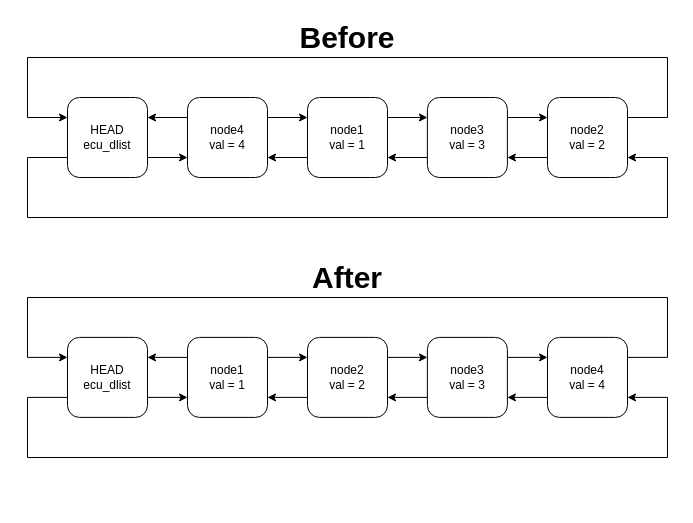
This is page "ecu_dlist_sort" (13 of 15) of doc/images/dlist/dlist.drawio from ress059/ecu, a draw.io file, before an edit. Source tidied: cells renumbered, new cells numbered last; positions are measured from the earlier drawing's top-left corner, leaving out a move shared by most shapes. Both pictures are drawn from the tidied source at 100%, with x=0, y=0 at pixel (27, 17).
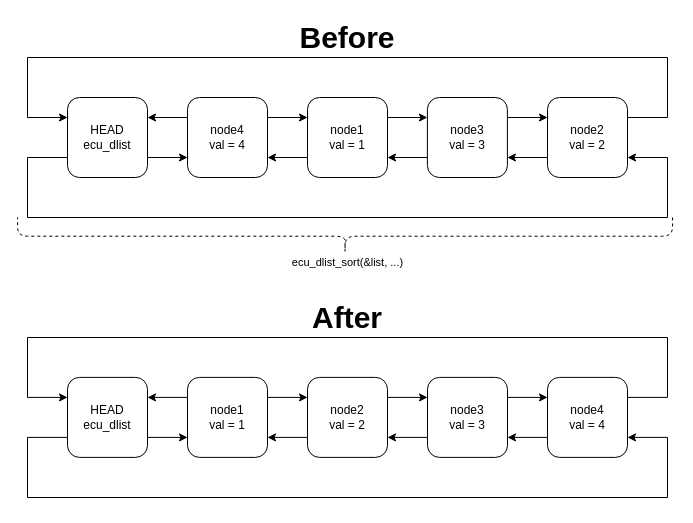
After the change.

Change to the diagram source:
```diff
@@
     <mxCell id="10" value="&lt;b&gt;&lt;font style=&quot;font-size: 30px;&quot;&gt;After&lt;/font&gt;&lt;/b&gt;" style="text;html=1;strokeColor=none;fillColor=none;align=center;verticalAlign=middle;whiteSpace=wrap;rounded=0;" parent="1" vertex="1">
-      <mxGeometry x="260" y="240" width="120" height="40" as="geometry" />
+      <mxGeometry x="260" y="280" width="120" height="40" as="geometry" />
     </mxCell>
@@
     <mxCell id="19" style="edgeStyle=orthogonalEdgeStyle;rounded=0;jettySize=auto;html=1;entryX=0;entryY=0.25;entryDx=0;entryDy=0;exitX=1;exitY=0.25;exitDx=0;exitDy=0;" parent="1" edge="1" source="33" target="25">
       <mxGeometry relative="1" as="geometry">
         <Array as="points">
-          <mxPoint x="640" y="340" />
-          <mxPoint x="640" y="280" />
-          <mxPoint y="280" />
-          <mxPoint y="340" />
+          <mxPoint x="640" y="380" />
+          <mxPoint x="640" y="320" />
+          <mxPoint y="320" />
+          <mxPoint y="380" />
         </Array>
       </mxGeometry>
     </mxCell>
@@
     <mxCell id="22" value="node1&lt;br&gt;val = 1" style="rounded=1;whiteSpace=wrap;html=1;" parent="1" vertex="1">
-      <mxGeometry x="160" y="319.9" width="80" height="80" as="geometry" />
+      <mxGeometry x="160" y="359.9" width="80" height="80" as="geometry" />
     </mxCell>
@@
     <mxCell id="24" style="edgeStyle=orthogonalEdgeStyle;rounded=0;jettySize=auto;html=1;exitX=0;exitY=0.75;exitDx=0;exitDy=0;entryX=1;entryY=0.75;entryDx=0;entryDy=0;" parent="1" edge="1" source="25" target="33">
       <mxGeometry relative="1" as="geometry">
         <Array as="points">
-          <mxPoint y="380" />
-          <mxPoint y="440" />
-          <mxPoint x="640" y="440" />
-          <mxPoint x="640" y="380" />
+          <mxPoint y="420" />
+          <mxPoint y="480" />
+          <mxPoint x="640" y="480" />
+          <mxPoint x="640" y="420" />
         </Array>
       </mxGeometry>
     </mxCell>
     <mxCell id="25" value="HEAD&lt;br&gt;ecu_dlist" style="rounded=1;whiteSpace=wrap;html=1;" parent="1" vertex="1">
-      <mxGeometry x="40" y="319.9" width="80" height="80" as="geometry" />
+      <mxGeometry x="40" y="359.9" width="80" height="80" as="geometry" />
     </mxCell>
@@
     <mxCell id="28" value="node2&lt;br&gt;val = 2" style="rounded=1;whiteSpace=wrap;html=1;" parent="1" vertex="1">
-      <mxGeometry x="280" y="319.9" width="80" height="80" as="geometry" />
+      <mxGeometry x="280" y="359.9" width="80" height="80" as="geometry" />
     </mxCell>
@@
     <mxCell id="31" value="node3&lt;br&gt;val = 3" style="rounded=1;whiteSpace=wrap;html=1;" parent="1" vertex="1">
-      <mxGeometry x="399.9" y="319.9" width="80" height="80" as="geometry" />
+      <mxGeometry x="400" y="359.9" width="80" height="80" as="geometry" />
     </mxCell>
@@
     <mxCell id="33" value="node4&lt;br&gt;val = 4" style="rounded=1;whiteSpace=wrap;html=1;" parent="1" vertex="1">
-      <mxGeometry x="520" y="319.9" width="80" height="80" as="geometry" />
+      <mxGeometry x="520" y="359.9" width="80" height="80" as="geometry" />
     </mxCell>
+    <mxCell id="34" style="shape=curlyBracket;whiteSpace=wrap;html=1;rounded=1;flipH=1;labelPosition=right;verticalLabelPosition=middle;align=left;verticalAlign=middle;rotation=90;dashed=1;" parent="1" vertex="1">
+      <mxGeometry x="298.8" y="-108.8" width="37.5" height="655" as="geometry" />
+    </mxCell>
+    <mxCell id="35" value="&lt;font style=&quot;font-size: 11px;&quot;&gt;ecu_dlist_sort(&amp;amp;list, ...)&lt;/font&gt;" style="text;html=1;strokeColor=none;fillColor=none;align=center;verticalAlign=middle;whiteSpace=wrap;rounded=0;" parent="1" vertex="1">
+      <mxGeometry x="248.7" y="230" width="142.5" height="30" as="geometry" />
+    </mxCell>
```
